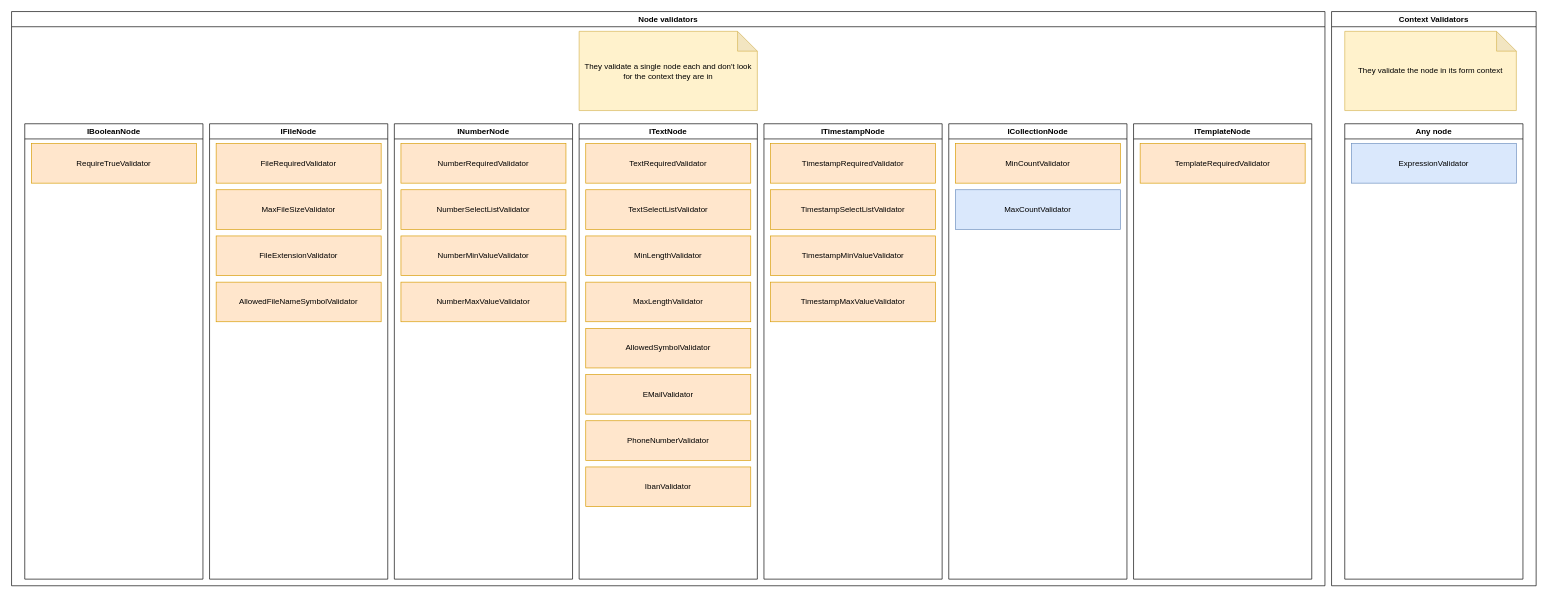
RGXStorm281/common keeps this draw.io diagram as doc/forms-concept/validators.drawio. Above is the earlier version. Source tidied: cells renumbered, new cells numbered last; positions are measured from the earlier drawing's top-left corner, leaving out a move shared by most shapes. Both pictures are drawn from the tidied source at 66%, with x=0, y=0 at pixel (11, 11).
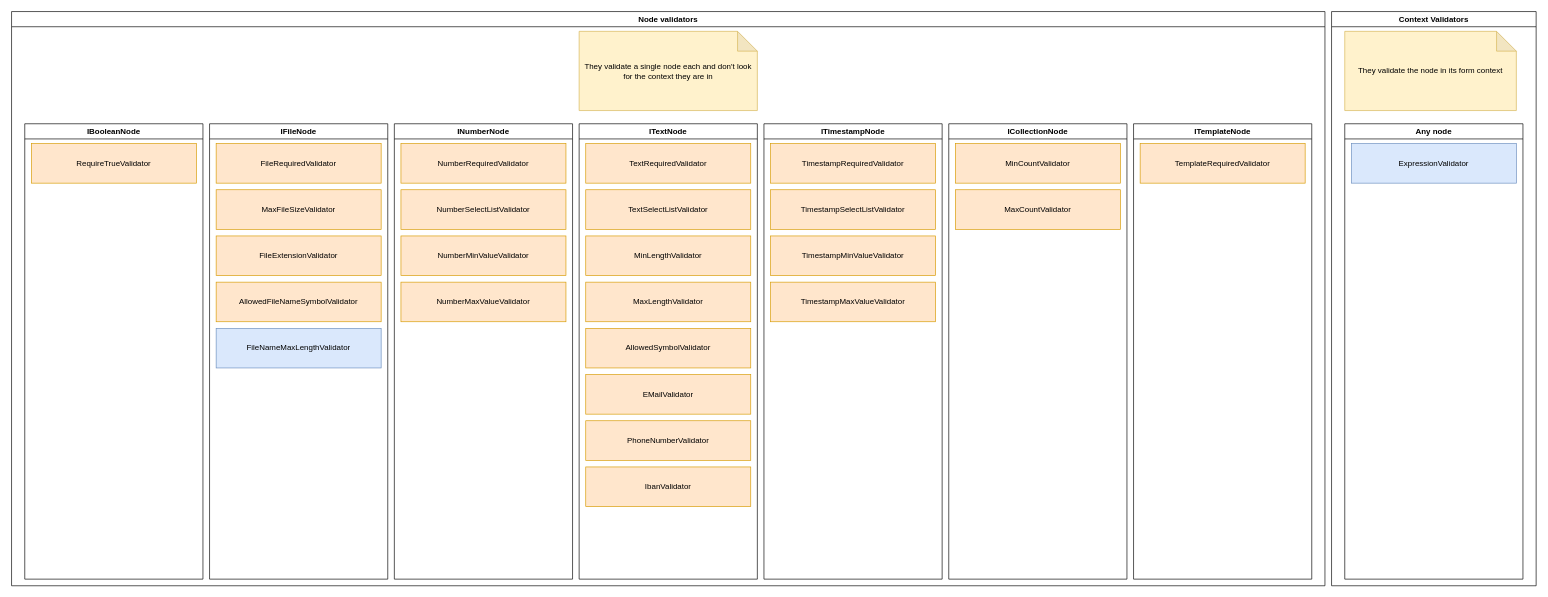
The same page after the edit.

Unchanged cells that the change refers to:
```xml
<mxCell id="6" value="IFileNode" style="swimlane;whiteSpace=wrap;html=1;" parent="2" vertex="1">
  <mxGeometry x="300" y="170" width="270" height="690" as="geometry" />
</mxCell>
<mxCell id="30" value="ICollectionNode" style="swimlane;whiteSpace=wrap;html=1;" parent="2" vertex="1">
  <mxGeometry x="1420" y="170" width="270" height="690" as="geometry" />
</mxCell>
```

What changed in the source:
```diff
@@
+    <mxCell id="39" value="FileNameMaxLengthValidator" style="rounded=0;whiteSpace=wrap;html=1;fillColor=#dae8fc;strokeColor=#6c8ebf;" parent="6" vertex="1">
+      <mxGeometry x="10" y="310" width="250" height="60" as="geometry" />
+    </mxCell>
@@
-    <mxCell id="32" value="MaxCountValidator" style="rounded=0;whiteSpace=wrap;html=1;fillColor=#dae8fc;strokeColor=#6c8ebf;" parent="30" vertex="1">
+    <mxCell id="32" value="MaxCountValidator" style="rounded=0;whiteSpace=wrap;html=1;fillColor=#ffe6cc;strokeColor=#d79b00;" parent="30" vertex="1">
       <mxGeometry x="10" y="100" width="250" height="60" as="geometry" />
     </mxCell>
```
